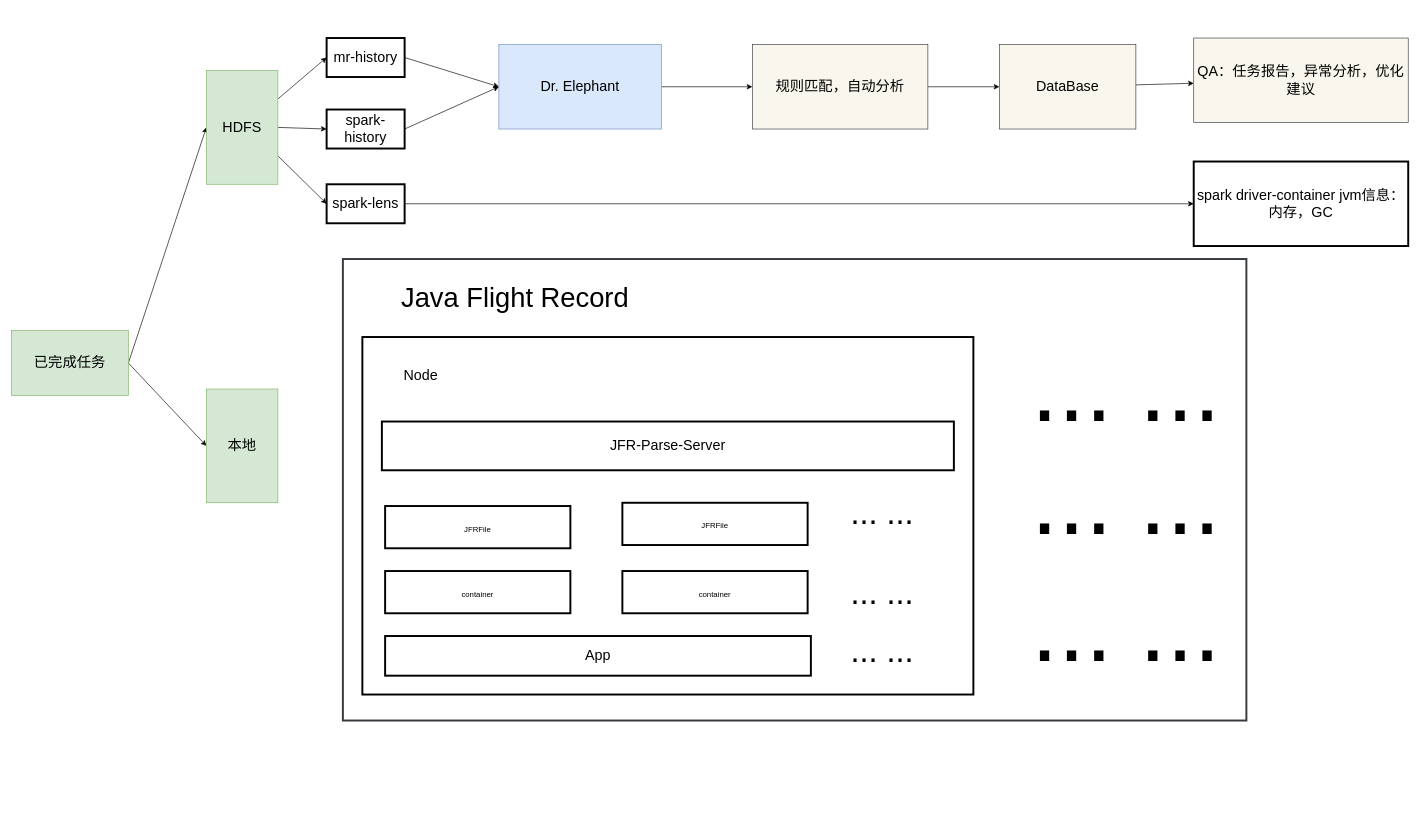
The draw.io diagram ozone/taskFinishedDiagram.drawio in Mengqi777/drawioproject, before the edit. Source tidied: cells renumbered, new cells numbered last; positions are measured from the earlier drawing's top-left corner, leaving out a move shared by most shapes. Both pictures are drawn from the tidied source at 65%, with x=0, y=0 at pixel (11, 38).
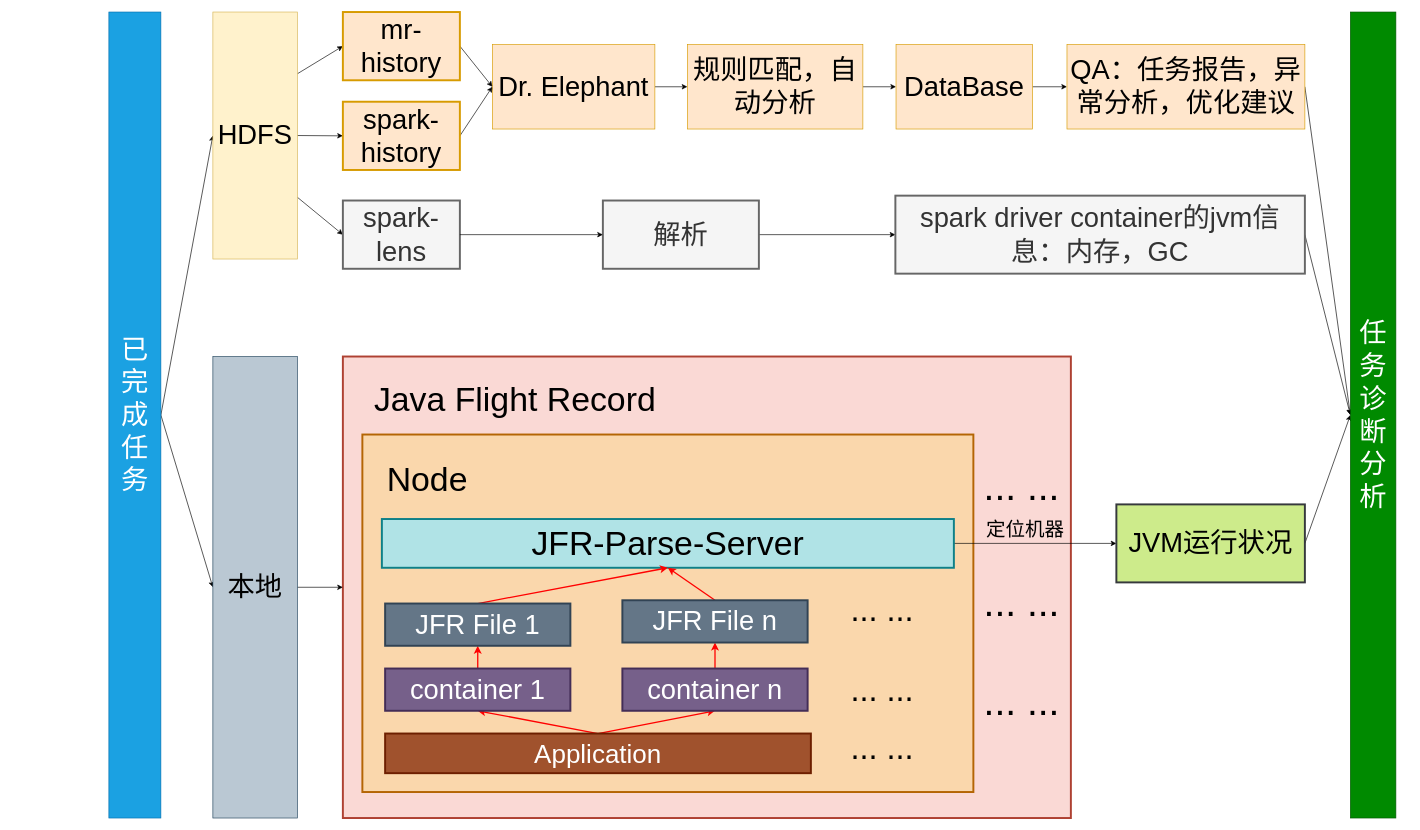
After the change.

The edit, as a diff of the source:
```diff
@@
-    <mxCell id="4" value="已完成任务" style="rounded=0;whiteSpace=wrap;html=1;fontSize=22;fillColor=#d5e8d4;strokeColor=#82b366;" parent="1" vertex="1">
-      <mxGeometry y="450" width="180" height="100" as="geometry" />
+    <mxCell id="4" value="已完成&lt;br&gt;任务" style="rounded=0;whiteSpace=wrap;html=1;fontSize=42;fillColor=#1ba1e2;strokeColor=#006EAF;fontColor=#ffffff;" parent="1" vertex="1">
+      <mxGeometry x="150" y="-40" width="80" height="1240" as="geometry" />
     </mxCell>
@@
-    <mxCell id="6" value="Dr. Elephant" style="rounded=0;whiteSpace=wrap;html=1;fontSize=22;fillColor=#dae8fc;strokeColor=#6c8ebf;align=center;" parent="1" vertex="1">
-      <mxGeometry x="750" y="10" width="250" height="130" as="geometry" />
+    <mxCell id="6" value="Dr. Elephant" style="rounded=0;whiteSpace=wrap;html=1;fontSize=42;fillColor=#ffe6cc;strokeColor=#d79b00;align=center;" parent="1" vertex="1">
+      <mxGeometry x="740" y="10" width="250" height="130" as="geometry" />
     </mxCell>
-    <mxCell id="7" style="rounded=0;whiteSpace=wrap;html=1;fontSize=22;strokeColor=#36393d;fillColor=none;strokeWidth=3;" parent="1" vertex="1">
-      <mxGeometry x="510" y="340" width="1390" height="710" as="geometry" />
+    <mxCell id="7" style="rounded=0;whiteSpace=wrap;html=1;fontSize=22;strokeColor=#ae4132;fillColor=#fad9d5;strokeWidth=3;" parent="1" vertex="1">
+      <mxGeometry x="510" y="490" width="1120" height="710" as="geometry" />
     </mxCell>
@@
-    <mxCell id="11" value="HDFS" style="rounded=0;whiteSpace=wrap;html=1;fontSize=22;fillColor=#d5e8d4;strokeColor=#82b366;" parent="1" vertex="1">
-      <mxGeometry x="300" y="50" width="110" height="175" as="geometry" />
+    <mxCell id="11" value="HDFS" style="rounded=0;whiteSpace=wrap;html=1;fontSize=42;fillColor=#fff2cc;strokeColor=#d6b656;" parent="1" vertex="1">
+      <mxGeometry x="310" y="-40" width="130" height="380" as="geometry" />
     </mxCell>
+    <mxCell id="40" style="edgeStyle=none;rounded=0;jettySize=auto;html=1;exitX=1;exitY=0.5;exitDx=0;exitDy=0;entryX=0;entryY=0.5;entryDx=0;entryDy=0;fontSize=92;" parent="1" edge="1" source="12" target="7">
+      <mxGeometry relative="1" as="geometry" />
+    </mxCell>
-    <mxCell id="12" value="本地" style="rounded=0;whiteSpace=wrap;html=1;fontSize=22;fillColor=#d5e8d4;strokeColor=#82b366;" parent="1" vertex="1">
-      <mxGeometry x="300" y="540" width="110" height="175" as="geometry" />
+    <mxCell id="12" value="本地" style="rounded=0;whiteSpace=wrap;html=1;fontSize=42;fillColor=#bac8d3;strokeColor=#23445d;" parent="1" vertex="1">
+      <mxGeometry x="310" y="490" width="130" height="710" as="geometry" />
     </mxCell>
@@
-    <mxCell id="14" value="规则匹配，自动分析" style="rounded=0;whiteSpace=wrap;html=1;fontSize=22;fillColor=#f9f7ed;strokeColor=#36393d;" parent="1" vertex="1">
-      <mxGeometry x="1140" y="10" width="270" height="130" as="geometry" />
+    <mxCell id="14" value="规则匹配，自动分析" style="rounded=0;whiteSpace=wrap;html=1;fontSize=42;fillColor=#ffe6cc;strokeColor=#d79b00;" parent="1" vertex="1">
+      <mxGeometry x="1040" y="10" width="270" height="130" as="geometry" />
     </mxCell>
@@
-    <mxCell id="16" value="DataBase" style="rounded=0;whiteSpace=wrap;html=1;fontSize=22;fillColor=#f9f7ed;strokeColor=#36393d;" parent="1" vertex="1">
-      <mxGeometry x="1520" y="10" width="210" height="130" as="geometry" />
+    <mxCell id="16" value="DataBase" style="rounded=0;whiteSpace=wrap;html=1;fontSize=42;fillColor=#ffe6cc;strokeColor=#d79b00;" parent="1" vertex="1">
+      <mxGeometry x="1361" y="10" width="210" height="130" as="geometry" />
     </mxCell>
-    <mxCell id="17" value="&lt;font style=&quot;font-size: 42px&quot;&gt;Java Flight Record&lt;/font&gt;" style="rounded=0;whiteSpace=wrap;html=1;strokeWidth=3;fillColor=none;fontSize=42;strokeColor=none;" parent="1" vertex="1">
-      <mxGeometry x="530" y="370" width="490" height="60" as="geometry" />
+    <mxCell id="17" value="&lt;font style=&quot;font-size: 52px;&quot;&gt;Java Flight Record&lt;/font&gt;" style="rounded=0;whiteSpace=wrap;html=1;strokeWidth=3;fillColor=none;fontSize=52;strokeColor=none;" parent="1" vertex="1">
+      <mxGeometry x="550" y="520" width="450" height="71" as="geometry" />
     </mxCell>
-    <mxCell id="18" style="rounded=0;whiteSpace=wrap;html=1;strokeWidth=3;fillColor=none;fontSize=22;" parent="1" vertex="1">
-      <mxGeometry x="540" y="460" width="940" height="550" as="geometry" />
+    <mxCell id="18" style="rounded=0;whiteSpace=wrap;html=1;strokeWidth=3;fillColor=#fad7ac;fontSize=22;strokeColor=#b46504;" parent="1" vertex="1">
+      <mxGeometry x="540" y="610" width="940" height="550" as="geometry" />
     </mxCell>
+    <mxCell id="41" style="edgeStyle=none;rounded=0;jettySize=auto;html=1;exitX=0.5;exitY=0;exitDx=0;exitDy=0;entryX=0.5;entryY=1;entryDx=0;entryDy=0;fontSize=50;strokeColor=#FF0000;strokeWidth=2;" parent="1" edge="1" source="19" target="20">
+      <mxGeometry relative="1" as="geometry" />
+    </mxCell>
+    <mxCell id="42" style="edgeStyle=none;rounded=0;jettySize=auto;html=1;exitX=0.5;exitY=0;exitDx=0;exitDy=0;entryX=0.5;entryY=1;entryDx=0;entryDy=0;fontSize=50;strokeColor=#FF0000;strokeWidth=2;" parent="1" edge="1" source="19" target="21">
+      <mxGeometry relative="1" as="geometry" />
+    </mxCell>
-    <mxCell id="19" value="App" style="rounded=0;whiteSpace=wrap;html=1;strokeWidth=3;fillColor=none;fontSize=22;" parent="1" vertex="1">
-      <mxGeometry x="575" y="920" width="655" height="61" as="geometry" />
+    <mxCell id="19" value="Application" style="rounded=0;whiteSpace=wrap;html=1;strokeWidth=3;fillColor=#a0522d;fontSize=40;strokeColor=#6D1F00;fontColor=#ffffff;" parent="1" vertex="1">
+      <mxGeometry x="575" y="1070" width="655" height="61" as="geometry" />
     </mxCell>
+    <mxCell id="43" style="edgeStyle=none;rounded=0;jettySize=auto;html=1;exitX=0.5;exitY=0;exitDx=0;exitDy=0;entryX=0.5;entryY=1;entryDx=0;entryDy=0;fontSize=50;strokeColor=#FF0000;strokeWidth=2;" parent="1" edge="1" source="20" target="32">
+      <mxGeometry relative="1" as="geometry" />
+    </mxCell>
-    <mxCell id="20" value="&lt;span style=&quot;font-size: 12px&quot;&gt;container&lt;/span&gt;" style="rounded=0;whiteSpace=wrap;html=1;strokeWidth=3;fillColor=none;fontSize=22;" parent="1" vertex="1">
-      <mxGeometry x="575" y="820" width="285" height="65" as="geometry" />
+    <mxCell id="20" value="&lt;span style=&quot;font-size: 42px&quot;&gt;container 1&lt;/span&gt;" style="rounded=0;whiteSpace=wrap;html=1;strokeWidth=3;fillColor=#76608a;fontSize=42;strokeColor=#432D57;fontColor=#ffffff;" parent="1" vertex="1">
+      <mxGeometry x="575" y="970" width="285" height="65" as="geometry" />
     </mxCell>
+    <mxCell id="44" style="edgeStyle=none;rounded=0;jettySize=auto;html=1;exitX=0.5;exitY=0;exitDx=0;exitDy=0;entryX=0.5;entryY=1;entryDx=0;entryDy=0;fontSize=50;strokeColor=#FF0000;strokeWidth=2;" parent="1" edge="1" source="21" target="33">
+      <mxGeometry relative="1" as="geometry" />
+    </mxCell>
-    <mxCell id="21" value="&lt;span style=&quot;font-size: 12px&quot;&gt;container&lt;/span&gt;" style="rounded=0;whiteSpace=wrap;html=1;strokeWidth=3;fillColor=none;fontSize=22;" parent="1" vertex="1">
-      <mxGeometry x="940" y="820" width="285" height="65" as="geometry" />
+    <mxCell id="21" value="&lt;span style=&quot;font-size: 42px&quot;&gt;container n&lt;/span&gt;" style="rounded=0;whiteSpace=wrap;html=1;strokeWidth=3;fillColor=#76608a;fontSize=22;strokeColor=#432D57;fontColor=#ffffff;" parent="1" vertex="1">
+      <mxGeometry x="940" y="970" width="285" height="65" as="geometry" />
     </mxCell>
@@
-    <mxCell id="23" value="mr-history" style="rounded=0;whiteSpace=wrap;html=1;strokeWidth=3;fillColor=none;fontSize=22;" parent="1" vertex="1">
-      <mxGeometry x="485" width="120" height="60" as="geometry" />
+    <mxCell id="23" value="mr-history" style="rounded=0;whiteSpace=wrap;html=1;strokeWidth=3;fillColor=#ffe6cc;fontSize=42;strokeColor=#d79b00;" parent="1" vertex="1">
+      <mxGeometry x="510" y="-40" width="180" height="105" as="geometry" />
     </mxCell>
@@
-    <mxCell id="25" value="spark-history" style="rounded=0;whiteSpace=wrap;html=1;strokeWidth=3;fillColor=none;fontSize=22;" parent="1" vertex="1">
-      <mxGeometry x="485" y="110" width="120" height="60" as="geometry" />
+    <mxCell id="25" value="spark-history" style="rounded=0;whiteSpace=wrap;html=1;strokeWidth=3;fillColor=#ffe6cc;fontSize=42;strokeColor=#d79b00;" parent="1" vertex="1">
+      <mxGeometry x="510" y="98" width="180" height="105" as="geometry" />
     </mxCell>
-    <mxCell id="26" style="edgeStyle=none;rounded=0;jettySize=auto;html=1;fontSize=22;" parent="1" edge="1" source="27" target="28">
+    <mxCell id="26" style="edgeStyle=none;rounded=0;jettySize=auto;html=1;fontSize=22;" parent="1" edge="1" source="56" target="28">
       <mxGeometry relative="1" as="geometry" />
     </mxCell>
-    <mxCell id="27" value="spark-lens" style="rounded=0;whiteSpace=wrap;html=1;strokeWidth=3;fillColor=none;fontSize=22;" parent="1" vertex="1">
-      <mxGeometry x="485" y="225" width="120" height="60" as="geometry" />
+    <mxCell id="27" value="spark-lens" style="rounded=0;whiteSpace=wrap;html=1;strokeWidth=3;fillColor=#f5f5f5;fontSize=42;strokeColor=#666666;fontColor=#333333;" parent="1" vertex="1">
+      <mxGeometry x="510" y="250" width="180" height="105" as="geometry" />
     </mxCell>
+    <mxCell id="45" style="edgeStyle=none;rounded=0;jettySize=auto;html=1;exitX=1;exitY=0.5;exitDx=0;exitDy=0;fontSize=30;entryX=0;entryY=0.5;entryDx=0;entryDy=0;" parent="1" edge="1" source="28" target="55">
+      <mxGeometry relative="1" as="geometry" />
+    </mxCell>
-    <mxCell id="28" value="spark driver-container jvm信息：内存，GC" style="rounded=0;whiteSpace=wrap;html=1;strokeWidth=3;fillColor=none;fontSize=22;" parent="1" vertex="1">
-      <mxGeometry x="1819" y="190" width="330" height="130" as="geometry" />
+    <mxCell id="28" value="spark driver container的jvm信息：内存，GC" style="rounded=0;whiteSpace=wrap;html=1;strokeWidth=3;fillColor=#f5f5f5;fontSize=42;strokeColor=#666666;fontColor=#333333;" parent="1" vertex="1">
+      <mxGeometry x="1360" y="242.5" width="630" height="120" as="geometry" />
     </mxCell>
+    <mxCell id="46" style="edgeStyle=none;rounded=0;jettySize=auto;html=1;exitX=1;exitY=0.5;exitDx=0;exitDy=0;entryX=0;entryY=0.5;entryDx=0;entryDy=0;fontSize=30;" parent="1" edge="1" source="29" target="55">
+      <mxGeometry relative="1" as="geometry" />
+    </mxCell>
-    <mxCell id="29" value="QA：任务报告，异常分析，优化建议" style="rounded=0;whiteSpace=wrap;html=1;fontSize=22;fillColor=#f9f7ed;strokeColor=#36393d;" parent="1" vertex="1">
-      <mxGeometry x="1819" width="330" height="130" as="geometry" />
+    <mxCell id="29" value="QA：任务报告，异常分析，优化建议" style="rounded=0;whiteSpace=wrap;html=1;fontSize=42;fillColor=#ffe6cc;strokeColor=#d79b00;" parent="1" vertex="1">
+      <mxGeometry x="1624" y="10" width="366" height="130" as="geometry" />
     </mxCell>
-    <mxCell id="30" value="Node" style="rounded=0;whiteSpace=wrap;html=1;strokeWidth=3;fillColor=none;fontSize=22;strokeColor=none;" parent="1" vertex="1">
-      <mxGeometry x="570" y="490" width="120" height="60" as="geometry" />
+    <mxCell id="30" value="&lt;font style=&quot;font-size: 52px;&quot;&gt;Node&lt;/font&gt;" style="rounded=0;whiteSpace=wrap;html=1;strokeWidth=3;fillColor=none;fontSize=52;strokeColor=none;" parent="1" vertex="1">
+      <mxGeometry x="570" y="650" width="140" height="60" as="geometry" />
     </mxCell>
+    <mxCell id="47" style="edgeStyle=none;rounded=0;jettySize=auto;html=1;exitX=1;exitY=0.5;exitDx=0;exitDy=0;entryX=0;entryY=0.5;entryDx=0;entryDy=0;fontSize=60;" parent="1" edge="1" source="31" target="53">
+      <mxGeometry relative="1" as="geometry" />
+    </mxCell>
-    <mxCell id="31" value="JFR-Parse-Server" style="rounded=0;whiteSpace=wrap;html=1;strokeWidth=3;fillColor=none;fontSize=22;" parent="1" vertex="1">
-      <mxGeometry x="570" y="590" width="880" height="75" as="geometry" />
+    <mxCell id="31" value="JFR-Parse-Server" style="rounded=0;whiteSpace=wrap;html=1;strokeWidth=3;fillColor=#b0e3e6;fontSize=52;strokeColor=#0e8088;" parent="1" vertex="1">
+      <mxGeometry x="570" y="740" width="880" height="75" as="geometry" />
     </mxCell>
+    <mxCell id="48" style="edgeStyle=none;rounded=0;jettySize=auto;html=1;exitX=0.5;exitY=0;exitDx=0;exitDy=0;entryX=0.5;entryY=1;entryDx=0;entryDy=0;fontSize=50;strokeColor=#FF0000;strokeWidth=2;" parent="1" edge="1" source="32" target="31">
+      <mxGeometry relative="1" as="geometry" />
+    </mxCell>
-    <mxCell id="32" value="&lt;span style=&quot;font-size: 12px&quot;&gt;JFRFile&lt;/span&gt;" style="rounded=0;whiteSpace=wrap;html=1;strokeWidth=3;fillColor=none;fontSize=22;" parent="1" vertex="1">
-      <mxGeometry x="575" y="720" width="285" height="65" as="geometry" />
+    <mxCell id="32" value="&lt;span style=&quot;font-size: 42px&quot;&gt;JFR File 1&lt;/span&gt;" style="rounded=0;whiteSpace=wrap;html=1;strokeWidth=3;fillColor=#647687;fontSize=42;strokeColor=#314354;fontColor=#ffffff;" parent="1" vertex="1">
+      <mxGeometry x="575" y="870" width="285" height="65" as="geometry" />
     </mxCell>
+    <mxCell id="49" style="edgeStyle=none;rounded=0;jettySize=auto;html=1;exitX=0.5;exitY=0;exitDx=0;exitDy=0;entryX=0.5;entryY=1;entryDx=0;entryDy=0;fontSize=50;strokeColor=#FF0000;strokeWidth=2;" parent="1" edge="1" source="33" target="31">
+      <mxGeometry relative="1" as="geometry" />
+    </mxCell>
-    <mxCell id="33" value="&lt;span style=&quot;font-size: 12px&quot;&gt;JFRFile&lt;/span&gt;" style="rounded=0;whiteSpace=wrap;html=1;strokeWidth=3;fillColor=none;fontSize=22;" parent="1" vertex="1">
-      <mxGeometry x="940" y="715" width="285" height="65" as="geometry" />
+    <mxCell id="33" value="&lt;span style=&quot;font-size: 42px&quot;&gt;JFR File n&lt;/span&gt;" style="rounded=0;whiteSpace=wrap;html=1;strokeWidth=3;fillColor=#647687;fontSize=22;strokeColor=#314354;fontColor=#ffffff;" parent="1" vertex="1">
+      <mxGeometry x="940" y="865" width="285" height="65" as="geometry" />
     </mxCell>
-    <mxCell id="34" value="&lt;font style=&quot;font-size: 150px;&quot;&gt;... ...&lt;/font&gt;" style="text;html=1;strokeColor=none;fillColor=none;align=center;verticalAlign=middle;whiteSpace=wrap;rounded=0;fontSize=150;" parent="1" vertex="1">
-      <mxGeometry x="1520" y="830" width="390" height="151" as="geometry" />
-    </mxCell>
-    <mxCell id="35" value="&lt;font style=&quot;font-size: 150px;&quot;&gt;... ...&lt;/font&gt;" style="text;html=1;strokeColor=none;fillColor=none;align=center;verticalAlign=middle;whiteSpace=wrap;rounded=0;fontSize=150;" parent="1" vertex="1">
-      <mxGeometry x="1520" y="634" width="390" height="151" as="geometry" />
-    </mxCell>
-    <mxCell id="36" value="&lt;font style=&quot;font-size: 150px;&quot;&gt;... ...&lt;/font&gt;" style="text;html=1;strokeColor=none;fillColor=none;align=center;verticalAlign=middle;whiteSpace=wrap;rounded=0;fontSize=150;" parent="1" vertex="1">
-      <mxGeometry x="1520" y="460" width="390" height="151" as="geometry" />
+    <mxCell id="36" value="&lt;font style=&quot;font-size: 60px;&quot;&gt;... ...&lt;/font&gt;" style="text;html=1;strokeColor=none;fillColor=none;align=center;verticalAlign=middle;whiteSpace=wrap;rounded=0;fontSize=60;" parent="1" vertex="1">
+      <mxGeometry x="1420" y="639" width="269" height="101" as="geometry" />
     </mxCell>
     <mxCell id="37" value="&lt;font style=&quot;font-size: 50px;&quot;&gt;... ...&lt;/font&gt;" style="text;html=1;strokeColor=none;fillColor=none;align=center;verticalAlign=middle;whiteSpace=wrap;rounded=0;fontSize=50;" parent="1" vertex="1">
-      <mxGeometry x="1220" y="690" width="240" height="79" as="geometry" />
+      <mxGeometry x="1220" y="840" width="240" height="79" as="geometry" />
     </mxCell>
     <mxCell id="38" value="&lt;font style=&quot;font-size: 50px;&quot;&gt;... ...&lt;/font&gt;" style="text;html=1;strokeColor=none;fillColor=none;align=center;verticalAlign=middle;whiteSpace=wrap;rounded=0;fontSize=50;" parent="1" vertex="1">
-      <mxGeometry x="1220" y="902" width="240" height="79" as="geometry" />
+      <mxGeometry x="1220" y="1052" width="240" height="79" as="geometry" />
     </mxCell>
     <mxCell id="39" value="&lt;font style=&quot;font-size: 50px;&quot;&gt;... ...&lt;/font&gt;" style="text;html=1;strokeColor=none;fillColor=none;align=center;verticalAlign=middle;whiteSpace=wrap;rounded=0;fontSize=50;" parent="1" vertex="1">
-      <mxGeometry x="1220" y="813" width="240" height="79" as="geometry" />
+      <mxGeometry x="1220" y="963" width="240" height="79" as="geometry" />
     </mxCell>
+    <mxCell id="50" value="&lt;font style=&quot;font-size: 60px;&quot;&gt;... ...&lt;/font&gt;" style="text;html=1;strokeColor=none;fillColor=none;align=center;verticalAlign=middle;whiteSpace=wrap;rounded=0;fontSize=60;" parent="1" vertex="1">
+      <mxGeometry x="1420" y="818" width="269" height="101" as="geometry" />
+    </mxCell>
+    <mxCell id="51" value="&lt;font style=&quot;font-size: 60px;&quot;&gt;... ...&lt;/font&gt;" style="text;html=1;strokeColor=none;fillColor=none;align=center;verticalAlign=middle;whiteSpace=wrap;rounded=0;fontSize=60;" parent="1" vertex="1">
+      <mxGeometry x="1420" y="970" width="269" height="101" as="geometry" />
+    </mxCell>
+    <mxCell id="52" style="edgeStyle=none;rounded=0;jettySize=auto;html=1;exitX=1;exitY=0.5;exitDx=0;exitDy=0;entryX=0;entryY=0.5;entryDx=0;entryDy=0;fontSize=30;" parent="1" edge="1" source="53" target="55">
+      <mxGeometry relative="1" as="geometry" />
+    </mxCell>
+    <mxCell id="53" value="JVM运行状况" style="rounded=0;whiteSpace=wrap;html=1;strokeWidth=3;fillColor=#cdeb8b;fontSize=42;strokeColor=#36393d;" parent="1" vertex="1">
+      <mxGeometry x="1700" y="717.5" width="290" height="120" as="geometry" />
+    </mxCell>
+    <mxCell id="54" value="定位机器" style="text;html=1;strokeColor=none;fillColor=none;align=center;verticalAlign=middle;whiteSpace=wrap;rounded=0;fontSize=30;" parent="1" vertex="1">
+      <mxGeometry x="1430" y="700" width="260" height="110" as="geometry" />
+    </mxCell>
+    <mxCell id="55" value="任务诊断分析" style="rounded=0;whiteSpace=wrap;html=1;fontSize=42;fillColor=#008a00;strokeColor=#005700;fontColor=#ffffff;" parent="1" vertex="1">
+      <mxGeometry x="2060" y="-40" width="70" height="1240" as="geometry" />
+    </mxCell>
+    <mxCell id="56" value="解析" style="rounded=0;whiteSpace=wrap;html=1;strokeWidth=3;fillColor=#f5f5f5;fontSize=42;strokeColor=#666666;fontColor=#333333;" parent="1" vertex="1">
+      <mxGeometry x="910" y="250" width="240" height="105" as="geometry" />
+    </mxCell>
+    <mxCell id="57" style="edgeStyle=none;rounded=0;jettySize=auto;html=1;fontSize=22;" parent="1" edge="1" source="27" target="56">
+      <mxGeometry relative="1" as="geometry" />
+    </mxCell>
```
